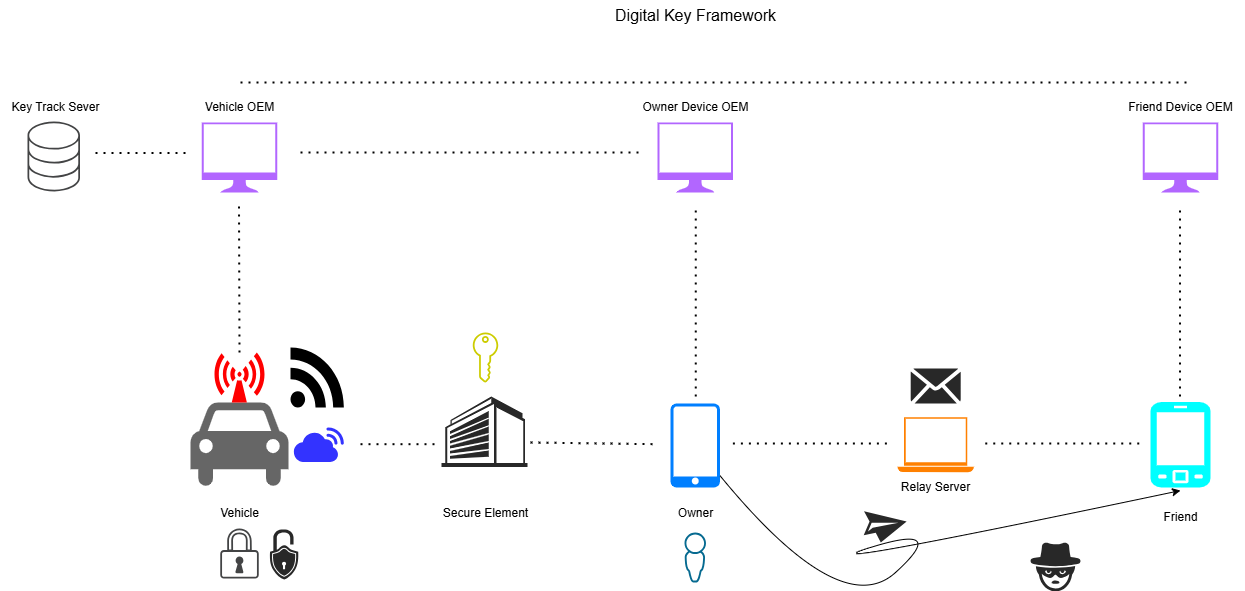
The draw.io diagram SystemFramework.drawio.png in LaurenHsu31/DKC, before a commit. Source tidied: cells renumbered, new cells last; positions are measured from the earlier drawing's top-left corner, leaving out a move shared by most shapes.
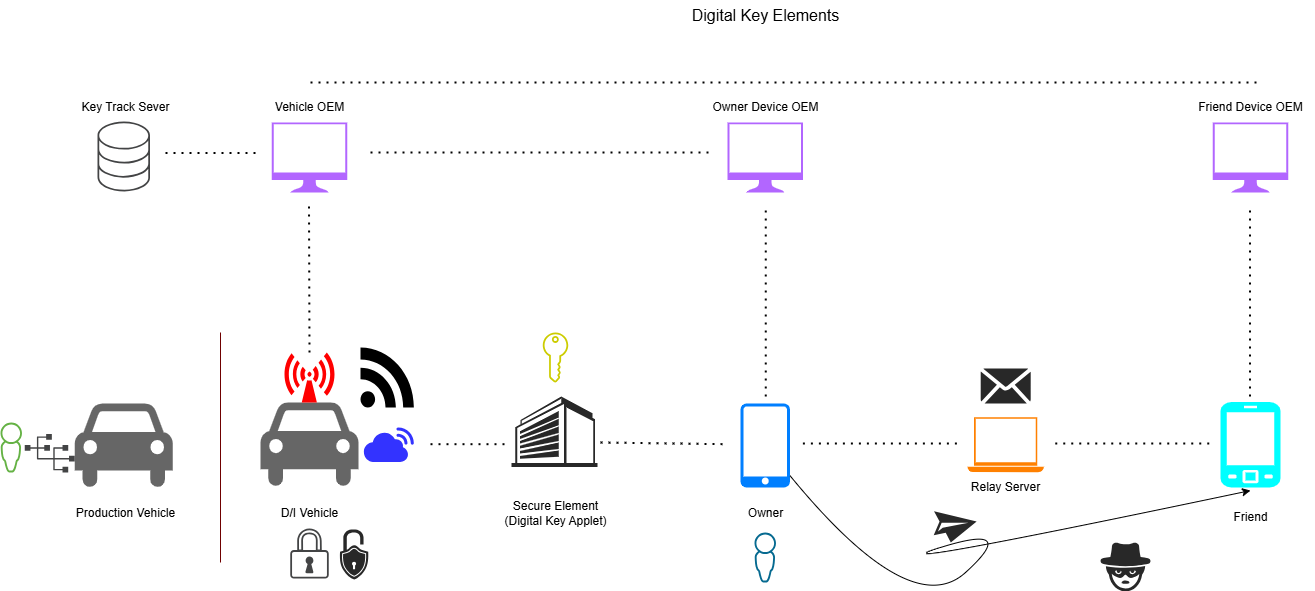
The same diagram one commit later.

The edit, as a diff of the source:
```diff
@@ -80,11 +80,11 @@
     <mxCell id="23" value="Friend" style="text;html=1;align=center;verticalAlign=middle;strokeColor=none;fillColor=none;" parent="1" vertex="1">
       <mxGeometry x="1150" y="502" width="60" height="30" as="geometry" />
     </mxCell>
-    <mxCell id="24" value="Vehicle" style="text;html=1;align=center;verticalAlign=middle;strokeColor=none;fillColor=none;" parent="1" vertex="1">
-      <mxGeometry x="209" y="498" width="60" height="30" as="geometry" />
+    <mxCell id="24" value="D/I Vehicle" style="text;html=1;align=center;verticalAlign=middle;strokeColor=none;fillColor=none;" parent="1" vertex="1">
+      <mxGeometry x="199" y="498" width="80" height="30" as="geometry" />
     </mxCell>
-    <mxCell id="25" value="Secure Element" style="text;html=1;align=center;verticalAlign=middle;strokeColor=none;fillColor=none;" parent="1" vertex="1">
-      <mxGeometry x="430" y="498" width="110" height="30" as="geometry" />
+    <mxCell id="25" value="Secure Element&lt;div&gt;(Digital Key Applet)&lt;/div&gt;" style="text;html=1;align=center;verticalAlign=middle;strokeColor=none;fillColor=none;" parent="1" vertex="1">
+      <mxGeometry x="420" y="493" width="130" height="40" as="geometry" />
     </mxCell>
     <mxCell id="26" value="Vehicle OEM" style="text;html=1;align=center;verticalAlign=middle;strokeColor=none;fillColor=none;" parent="1" vertex="1">
       <mxGeometry x="194" y="92" width="90" height="30" as="geometry" />
@@ -158,8 +158,26 @@
     <mxCell id="40" style="sketch=0;shadow=0;dashed=0;html=1;strokeColor=none;fillColor=#CCCC00;labelPosition=center;verticalLabelPosition=bottom;verticalAlign=top;align=center;shape=mxgraph.vvd.tenant_key;" parent="1" vertex="1">
       <mxGeometry x="472.2" y="332" width="25.5" height="50" as="geometry" />
     </mxCell>
-    <mxCell id="41" value="&lt;font style=&quot;font-size: 16px;&quot;&gt;Digital Key Framework&lt;/font&gt;" style="text;html=1;align=center;verticalAlign=middle;strokeColor=none;fillColor=none;" parent="1" vertex="1">
-      <mxGeometry x="604.8" width="180" height="30" as="geometry" />
+    <mxCell id="41" value="&lt;font style=&quot;font-size: 16px;&quot;&gt;Digital Key Elements&lt;/font&gt;" style="text;html=1;align=center;verticalAlign=middle;strokeColor=none;fillColor=none;" parent="1" vertex="1">
+      <mxGeometry x="609.8" width="170" height="30" as="geometry" />
     </mxCell>
+    <mxCell id="42" style="shape=mxgraph.signs.transportation.car_4;html=1;fillColor=#666666;strokeColor=none;verticalLabelPosition=bottom;verticalAlign=top;align=center;sketch=0;" parent="1" vertex="1">
+      <mxGeometry x="4.2" y="403" width="98" height="86" as="geometry" />
+    </mxCell>
+    <mxCell id="43" style="endArrow=none;html=1;rounded=0;fillColor=#a20025;strokeColor=#6F0000;" parent="1" edge="1">
+      <mxGeometry relative="1" as="geometry">
+        <mxPoint x="150" y="562" as="sourcePoint" />
+        <mxPoint x="150" y="332" as="targetPoint" />
+      </mxGeometry>
+    </mxCell>
+    <mxCell id="44" style="sketch=0;shadow=0;dashed=0;html=1;strokeColor=none;fillColor=#434445;labelPosition=center;verticalLabelPosition=bottom;verticalAlign=top;align=center;shape=mxgraph.vvd.nsx;" parent="1" vertex="1">
+      <mxGeometry x="-45.8" y="433.5" width="50" height="38.5" as="geometry" />
+    </mxCell>
+    <mxCell id="45" style="sketch=0;shadow=0;dashed=0;html=1;strokeColor=none;labelPosition=center;verticalLabelPosition=bottom;verticalAlign=top;align=center;shape=mxgraph.vvd.administrator;fillColor=#65B245;" parent="1" vertex="1">
+      <mxGeometry x="-70" y="422" width="21.5" height="50" as="geometry" />
+    </mxCell>
+    <mxCell id="46" value="Production Vehicle" style="text;html=1;align=center;verticalAlign=middle;strokeColor=none;fillColor=none;" parent="1" vertex="1">
+      <mxGeometry x="-5" y="498" width="120" height="30" as="geometry" />
+    </mxCell>
   </root>
 </mxGraphModel>
```
